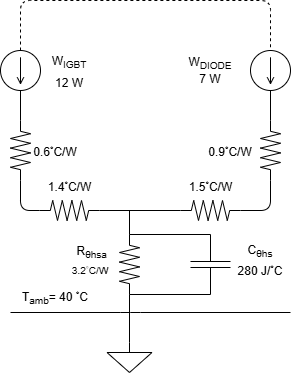
WithASideOfSalt/EE466-Coursework-2 keeps this draw.io diagram as Images/Q1Ai.png. Above is the earlier version. Source tidied: cells renumbered, new cells last; positions are measured from the earlier drawing's top-left corner, leaving out a move shared by most shapes.
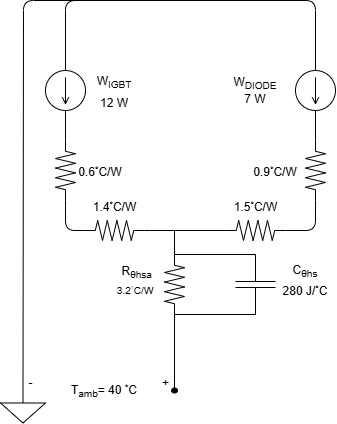
The same diagram one commit later.

Change to the diagram source:
```diff
@@ -8,8 +8,16 @@
     <mxCell id="3" style="verticalLabelPosition=bottom;shadow=0;dashed=0;align=center;html=1;verticalAlign=top;shape=mxgraph.electrical.signal_sources.source;points=[[0.5,0,0],[1,0.5,0],[0.5,1,0],[0,0.5,0]];elSignalType=dc1;rotation=90;" parent="1" vertex="1">
       <mxGeometry x="260" y="50" width="40" height="40" as="geometry" />
     </mxCell>
+    <mxCell id="31" style="edgeStyle=none;html=1;exitX=0.5;exitY=0;exitDx=0;exitDy=0;exitPerimeter=0;endArrow=none;endFill=0;" parent="1" edge="1" source="4">
+      <mxGeometry relative="1" as="geometry">
+        <mxPoint x="50" y="-20" as="targetPoint" />
+        <Array as="points">
+          <mxPoint x="-12" y="-20" />
+        </Array>
+      </mxGeometry>
+    </mxCell>
     <mxCell id="4" style="verticalLabelPosition=bottom;shadow=0;dashed=0;align=center;html=1;verticalAlign=top;shape=mxgraph.electrical.signal_sources.signal_ground;" parent="1" vertex="1">
-      <mxGeometry x="116.5" y="342" width="45" height="30" as="geometry" />
+      <mxGeometry x="-35" y="372.5" width="45" height="30" as="geometry" />
     </mxCell>
     <mxCell id="5" style="edgeStyle=none;html=1;exitX=1;exitY=0.5;exitDx=0;exitDy=0;exitPerimeter=0;entryX=1;entryY=0.5;entryDx=0;entryDy=0;entryPerimeter=0;endArrow=none;endFill=0;" parent="1" edge="1" source="6" target="17">
       <mxGeometry relative="1" as="geometry" />
@@ -57,33 +65,25 @@
         <mxPoint x="139" y="210" as="targetPoint" />
       </mxGeometry>
     </mxCell>
+    <mxCell id="32" style="edgeStyle=none;html=1;exitX=1;exitY=0.5;exitDx=0;exitDy=0;exitPerimeter=0;endArrow=none;endFill=0;" parent="1" edge="1" source="17" target="33">
+      <mxGeometry relative="1" as="geometry" />
+    </mxCell>
     <mxCell id="17" style="verticalLabelPosition=bottom;shadow=0;dashed=0;align=center;html=1;verticalAlign=top;shape=mxgraph.electrical.resistors.resistor_2;rotation=90;" parent="1" vertex="1">
       <mxGeometry x="109" y="254" width="60" height="20" as="geometry" />
     </mxCell>
-    <mxCell id="18" style="edgeStyle=none;html=1;exitX=0;exitY=0.5;exitDx=0;exitDy=0;exitPerimeter=0;entryX=0;entryY=0.5;entryDx=0;entryDy=0;entryPerimeter=0;dashed=1;endArrow=none;endFill=0;" parent="1" edge="1" source="2" target="3">
-      <mxGeometry relative="1" as="geometry">
-        <Array as="points">
-          <mxPoint x="30" />
-          <mxPoint x="280" />
-        </Array>
-      </mxGeometry>
-    </mxCell>
     <mxCell id="19" style="edgeStyle=none;html=1;exitX=0;exitY=0.5;exitDx=0;exitDy=0;exitPerimeter=0;entryX=0;entryY=0.5;entryDx=0;entryDy=0;entryPerimeter=0;endArrow=none;endFill=0;" parent="1" edge="1" source="6" target="17">
       <mxGeometry relative="1" as="geometry" />
     </mxCell>
-    <mxCell id="20" style="edgeStyle=none;html=1;exitX=0.5;exitY=0;exitDx=0;exitDy=0;exitPerimeter=0;entryX=1;entryY=0.5;entryDx=0;entryDy=0;entryPerimeter=0;endArrow=none;endFill=0;" parent="1" edge="1" source="4" target="17">
-      <mxGeometry relative="1" as="geometry" />
-    </mxCell>
-    <mxCell id="21" style="endArrow=none;html=1;exitX=0;exitY=1;exitDx=0;exitDy=0;" parent="1" edge="1" source="22">
+    <mxCell id="21" style="endArrow=none;html=1;exitX=0;exitY=0.5;exitDx=0;exitDy=0;entryX=0;entryY=0.5;entryDx=0;entryDy=0;entryPerimeter=0;exitPerimeter=0;" parent="1" edge="1" source="2" target="3">
       <mxGeometry relative="1" as="geometry">
-        <mxPoint x="300" y="312" as="targetPoint" />
         <Array as="points">
-          <mxPoint x="140" y="312" />
+          <mxPoint x="30" y="-20" />
+          <mxPoint x="280" y="-20" />
         </Array>
       </mxGeometry>
     </mxCell>
     <mxCell id="22" value="T&lt;sub&gt;amb&lt;/sub&gt;= 40 &lt;sup&gt;◦&lt;/sup&gt;C" style="text;html=1;align=center;verticalAlign=middle;whiteSpace=wrap;rounded=0;" parent="1" vertex="1">
-      <mxGeometry x="20" y="282" width="90" height="30" as="geometry" />
+      <mxGeometry x="24" y="355" width="90" height="30" as="geometry" />
     </mxCell>
     <mxCell id="23" value="&amp;nbsp;R&lt;sub&gt;θhsa&lt;/sub&gt;&lt;div&gt;&lt;span style=&quot;font-size: 10px;&quot;&gt;3.2&lt;sup&gt;◦&lt;/sup&gt;C/W&lt;/span&gt;&lt;/div&gt;" style="text;html=1;align=center;verticalAlign=middle;whiteSpace=wrap;rounded=0;" parent="1" vertex="1">
       <mxGeometry x="70" y="245" width="60" height="30" as="geometry" />
@@ -109,5 +109,14 @@
     <mxCell id="30" value="1.5&lt;sup&gt;◦&lt;/sup&gt;C/W" style="text;html=1;align=center;verticalAlign=middle;strokeColor=none;fillColor=none;" parent="1" vertex="1">
       <mxGeometry x="185" y="170" width="70" height="30" as="geometry" />
     </mxCell>
+    <mxCell id="33" style="ellipse;fillColor=strokeColor;html=1;" parent="1" vertex="1">
+      <mxGeometry x="136.1" y="367.5" width="5.8" height="5" as="geometry" />
+    </mxCell>
+    <mxCell id="34" value="+" style="text;html=1;align=center;verticalAlign=middle;strokeColor=none;fillColor=none;" parent="1" vertex="1">
+      <mxGeometry x="115" y="348" width="30" height="30" as="geometry" />
+    </mxCell>
+    <mxCell id="35" value="-" style="text;html=1;align=center;verticalAlign=middle;strokeColor=none;fillColor=none;" parent="1" vertex="1">
+      <mxGeometry x="-20" y="348" width="30" height="30" as="geometry" />
+    </mxCell>
   </root>
 </mxGraphModel>
```
